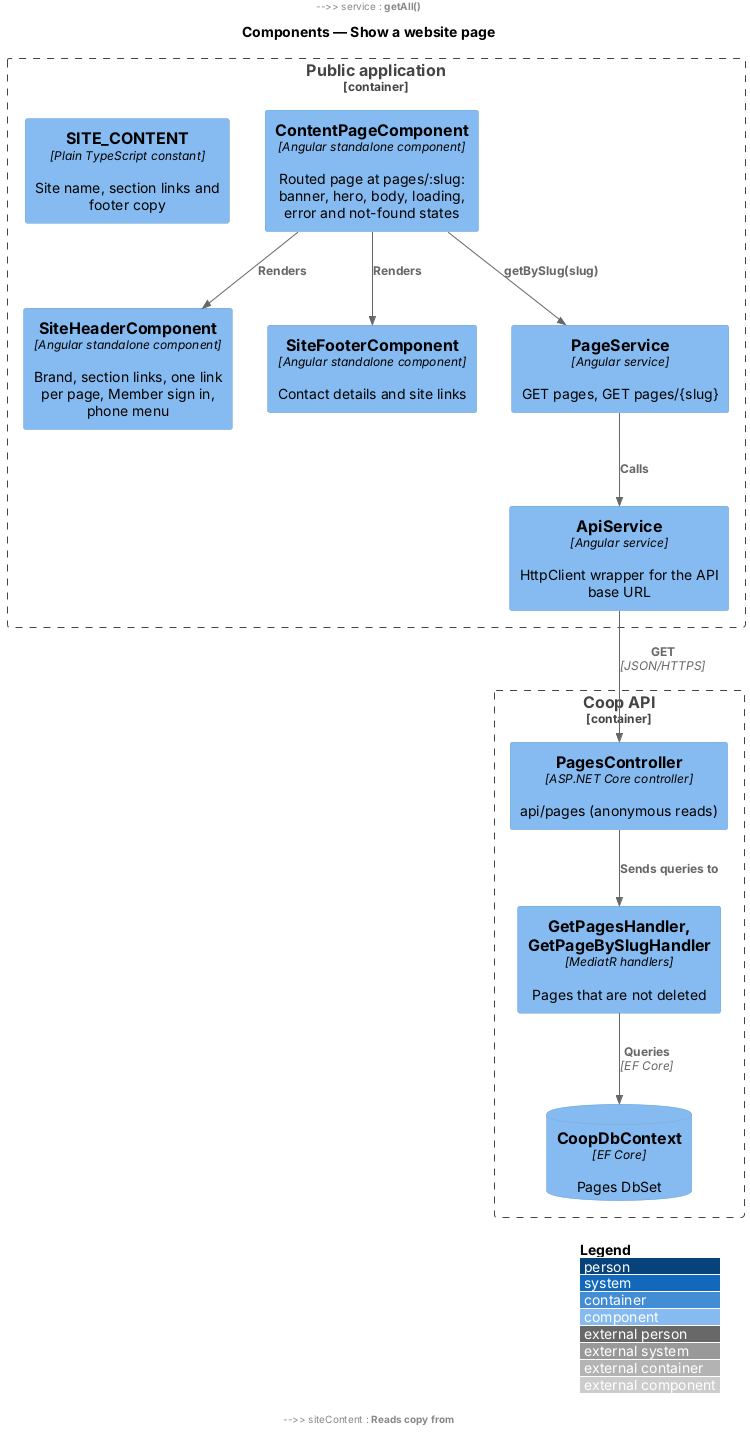
QuinntyneBrown/Coop keeps this PlantUML diagram as docs/detailed-designs/public-app/show-content-page/diagrams/c4-component.png. Above is the earlier version. The source it was exported from:
```plantuml
@startuml
!include <C4/C4_Component>
LAYOUT_WITH_LEGEND()
title Components — Show a website page

Container_Boundary(publicApp, "Public application") {
  Component(content, "ContentPageComponent", "Angular standalone component", "Routed page at pages/:slug: banner, hero, body, loading, error and not-found states")
  Component(header, "SiteHeaderComponent", "Angular standalone component", "Brand, section links, one link per page, Member sign in, phone menu")
  Component(footer, "SiteFooterComponent", "Angular standalone component", "Contact details and site links")
  Component(siteContent, "SITE_CONTENT", "Plain TypeScript constant", "Site name, section links and footer copy")
  Component(service, "PageService", "Angular service", "GET pages, GET pages/{slug}")
  Component(apiService, "ApiService", "Angular service", "HttpClient wrapper for the API base URL")
}
Container_Boundary(api, "Coop API") {
  Component(controller, "PagesController", "ASP.NET Core controller", "api/pages (anonymous reads)")
  Component(handlers, "GetPagesHandler, GetPageBySlugHandler", "MediatR handlers", "Pages that are not deleted")
  ComponentDb(db, "CoopDbContext", "EF Core", "Pages DbSet")
}
Rel(content, header, "Renders")
Rel(content, footer, "Renders")
Rel(header, siteContent, "Reads copy from")
Rel(footer, siteContent, "Reads copy from")
Rel(content, service, "getBySlug(slug)")
Rel(header, service, "getAll()")
Rel(service, apiService, "Calls")
Rel(apiService, controller, "GET", "JSON/HTTPS")
Rel(controller, handlers, "Sends queries to")
Rel(handlers, db, "Queries", "EF Core")
@enduml
```
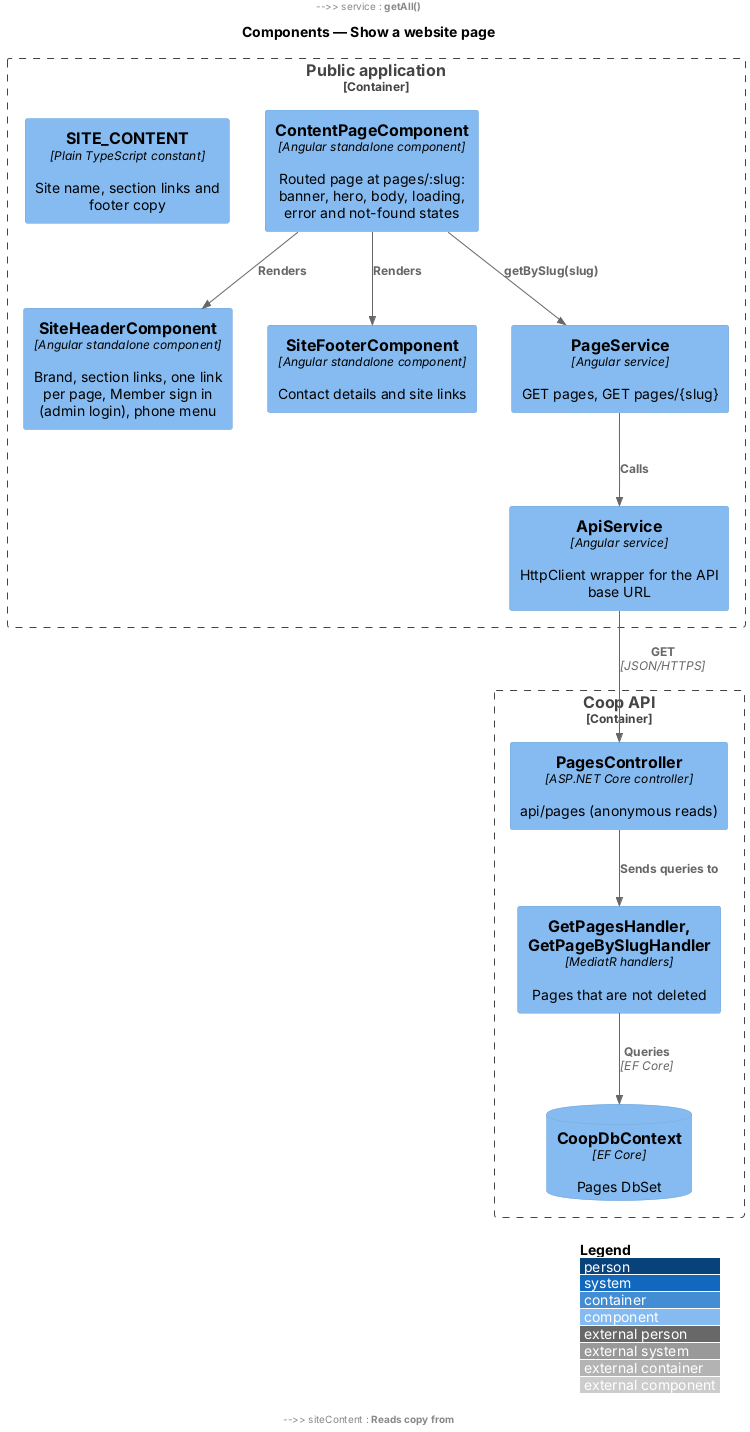
After the change.

Diff of the diagram source:
```diff
@@ -5,7 +5,7 @@
 
 Container_Boundary(publicApp, "Public application") {
   Component(content, "ContentPageComponent", "Angular standalone component", "Routed page at pages/:slug: banner, hero, body, loading, error and not-found states")
-  Component(header, "SiteHeaderComponent", "Angular standalone component", "Brand, section links, one link per page, Member sign in, phone menu")
+  Component(header, "SiteHeaderComponent", "Angular standalone component", "Brand, section links, one link per page, Member sign in (admin login), phone menu")
   Component(footer, "SiteFooterComponent", "Angular standalone component", "Contact details and site links")
   Component(siteContent, "SITE_CONTENT", "Plain TypeScript constant", "Site name, section links and footer copy")
   Component(service, "PageService", "Angular service", "GET pages, GET pages/{slug}")
```
